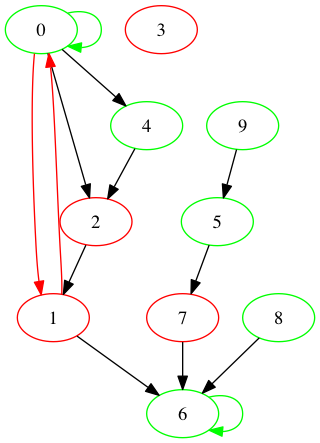
This is python-tools/graph.png from kfzyqin/Research-Modularity, a Graphviz export, as it was before one commit. Its source is kept beside it as python-tools/graph.dot.
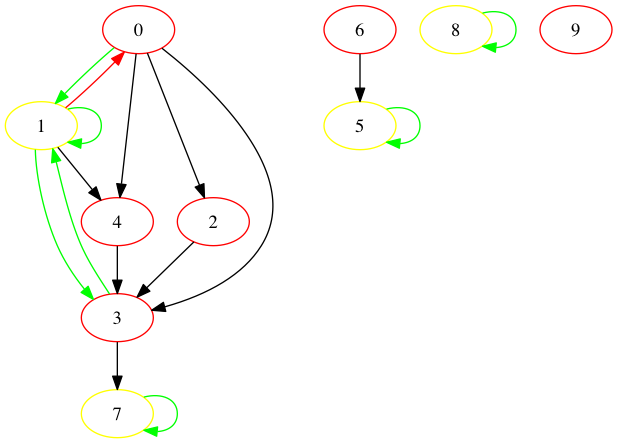
After the change.

What changed in the source:
```diff
@@ -1,25 +1,28 @@
 digraph  {
-	0	 [color=green];
-	0 -> 0	 [color=green];
-	1	 [color=red];
-	0 -> 1	 [color=red];
+	0	 [color=red];
+	1	 [color=yellow];
+	0 -> 1	 [color=green];
 	2	 [color=red];
 	0 -> 2	 [color=black];
-	4	 [color=green];
+	3	 [color=red];
+	0 -> 3	 [color=black];
+	4	 [color=red];
 	0 -> 4	 [color=black];
 	1 -> 0	 [color=red];
-	6	 [color=green];
-	1 -> 6	 [color=black];
-	2 -> 1	 [color=black];
-	3	 [color=red];
-	4 -> 2	 [color=black];
-	5	 [color=green];
-	7	 [color=red];
-	5 -> 7	 [color=black];
-	6 -> 6	 [color=green];
-	7 -> 6	 [color=black];
-	8	 [color=green];
-	8 -> 6	 [color=black];
-	9	 [color=green];
-	9 -> 5	 [color=black];
+	1 -> 1	 [color=green];
+	1 -> 3	 [color=green];
+	1 -> 4	 [color=black];
+	2 -> 3	 [color=black];
+	3 -> 1	 [color=green];
+	7	 [color=yellow];
+	3 -> 7	 [color=black];
+	4 -> 3	 [color=black];
+	5	 [color=yellow];
+	5 -> 5	 [color=green];
+	6	 [color=red];
+	6 -> 5	 [color=black];
+	7 -> 7	 [color=green];
+	8	 [color=yellow];
+	8 -> 8	 [color=green];
+	9	 [color=red];
 }
```
